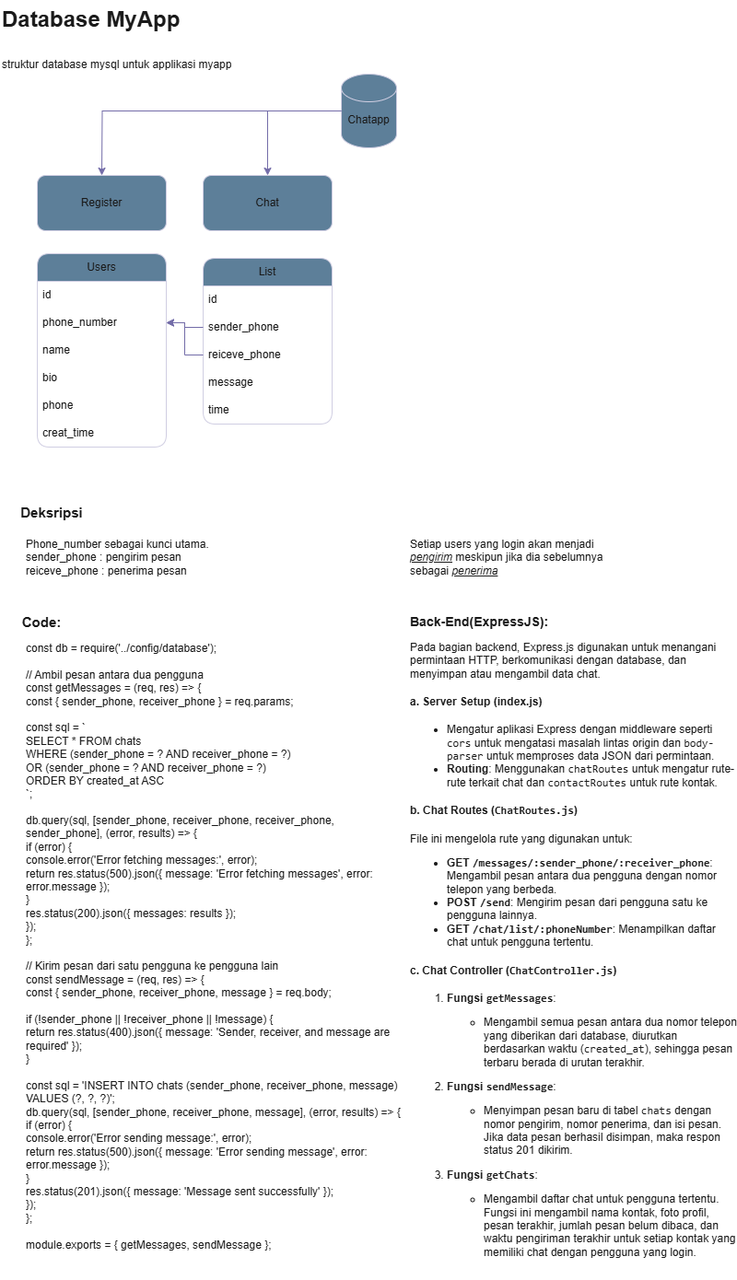
Earlier version of the draw.io export Database Struktur MyApp.drawio.png (NaufalAdityaAkbar/Database-ExpressJS_MyApp). Source tidied: cells renumbered, new cells last; positions are measured from the earlier drawing's top-left corner, leaving out a move shared by most shapes.
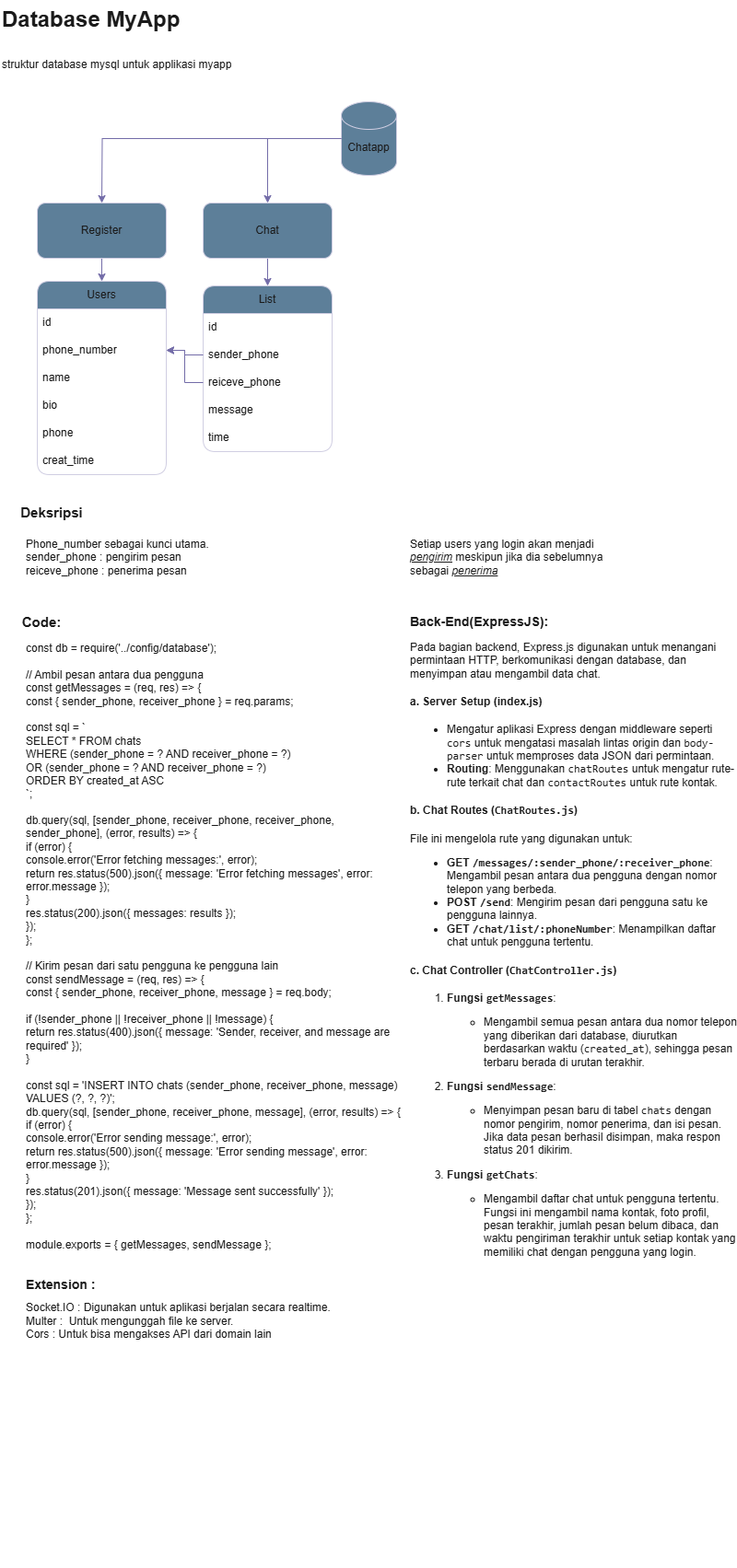
The same diagram one commit later.

What changed in the source:
```diff
@@ -5,11 +5,14 @@
     <mxCell id="2" value="&lt;h1 style=&quot;margin-top: 0px;&quot;&gt;&lt;span style=&quot;background-color: initial;&quot;&gt;Database MyApp&lt;/span&gt;&lt;/h1&gt;&lt;h1 style=&quot;margin-top: 0px;&quot;&gt;&lt;span style=&quot;font-size: 12px; font-weight: 400; background-color: initial;&quot;&gt;struktur database mysql untuk applikasi myapp&lt;/span&gt;&lt;/h1&gt;" style="text;html=1;whiteSpace=wrap;overflow=hidden;rounded=0;labelBackgroundColor=none;fontColor=#1A1A1A;" parent="1" vertex="1">
       <mxGeometry width="260" height="80" as="geometry" />
     </mxCell>
+    <mxCell id="33" style="edgeStyle=orthogonalEdgeStyle;rounded=0;jettySize=auto;html=1;labelBackgroundColor=none;strokeColor=#736CA8;fontColor=default;" parent="1" edge="1" source="3" target="18">
+      <mxGeometry relative="1" as="geometry" />
+    </mxCell>
     <mxCell id="3" style="rounded=1;whiteSpace=wrap;html=1;labelBackgroundColor=none;fillColor=#5D7F99;strokeColor=#D0CEE2;fontColor=#1A1A1A;" parent="1" vertex="1">
-      <mxGeometry x="40" y="190" width="140" height="60" as="geometry" />
+      <mxGeometry x="40" y="220" width="140" height="60" as="geometry" />
     </mxCell>
     <mxCell id="4" style="group;labelBackgroundColor=none;fontColor=#1A1A1A;" parent="1" vertex="1">
-      <mxGeometry x="370" y="80" width="60" height="80" as="geometry" />
+      <mxGeometry x="370" y="110" width="60" height="80" as="geometry" />
     </mxCell>
     <mxCell id="5" style="shape=cylinder3;whiteSpace=wrap;html=1;boundedLbl=1;backgroundOutline=1;size=15;labelBackgroundColor=none;fillColor=#5D7F99;strokeColor=#D0CEE2;fontColor=#1A1A1A;" parent="4" vertex="1">
       <mxGeometry width="60" height="80" as="geometry" />
@@ -17,22 +20,25 @@
     <mxCell id="6" value="Chatapp" style="text;html=1;align=center;verticalAlign=middle;whiteSpace=wrap;rounded=0;labelBackgroundColor=none;fontColor=#1A1A1A;" parent="4" vertex="1">
       <mxGeometry y="35" width="60" height="30" as="geometry" />
     </mxCell>
+    <mxCell id="34" style="edgeStyle=orthogonalEdgeStyle;rounded=0;jettySize=auto;html=1;entryX=0.5;entryY=0;entryDx=0;entryDy=0;labelBackgroundColor=none;strokeColor=#736CA8;fontColor=default;" parent="1" edge="1" source="7" target="11">
+      <mxGeometry relative="1" as="geometry" />
+    </mxCell>
     <mxCell id="7" style="rounded=1;whiteSpace=wrap;html=1;labelBackgroundColor=none;fillColor=#5D7F99;strokeColor=#D0CEE2;fontColor=#1A1A1A;" parent="1" vertex="1">
-      <mxGeometry x="220" y="190" width="140" height="60" as="geometry" />
+      <mxGeometry x="220" y="220" width="140" height="60" as="geometry" />
     </mxCell>
     <mxCell id="8" style="edgeStyle=orthogonalEdgeStyle;rounded=0;jettySize=auto;html=1;entryX=0.417;entryY=0.167;entryDx=0;entryDy=0;entryPerimeter=0;exitX=0;exitY=0.5;exitDx=0;exitDy=0;exitPerimeter=0;labelBackgroundColor=none;fontColor=default;strokeColor=#736CA8;" parent="1" edge="1" source="5">
       <mxGeometry relative="1" as="geometry">
-        <mxPoint x="110" y="190" as="targetPoint" />
+        <mxPoint x="110" y="220" as="targetPoint" />
       </mxGeometry>
     </mxCell>
     <mxCell id="9" value="Register" style="text;html=1;align=center;verticalAlign=middle;whiteSpace=wrap;rounded=0;labelBackgroundColor=none;fontColor=#1A1A1A;" parent="1" vertex="1">
-      <mxGeometry x="80" y="205" width="60" height="30" as="geometry" />
+      <mxGeometry x="80" y="235" width="60" height="30" as="geometry" />
     </mxCell>
     <mxCell id="10" value="Chat" style="text;html=1;align=center;verticalAlign=middle;whiteSpace=wrap;rounded=0;labelBackgroundColor=none;fontColor=#1A1A1A;" parent="1" vertex="1">
-      <mxGeometry x="260" y="205" width="60" height="30" as="geometry" />
+      <mxGeometry x="260" y="235" width="60" height="30" as="geometry" />
     </mxCell>
     <mxCell id="11" value="List" style="swimlane;fontStyle=0;horizontal=1;startSize=30;whiteSpace=wrap;html=1;rounded=1;labelBackgroundColor=none;fillColor=#5D7F99;strokeColor=#D0CEE2;fontColor=#1A1A1A;" parent="1" vertex="1">
-      <mxGeometry x="220" y="280" width="140" height="180" as="geometry" />
+      <mxGeometry x="220" y="310" width="140" height="180" as="geometry" />
     </mxCell>
     <mxCell id="12" value="id" style="text;strokeColor=none;fillColor=none;align=left;verticalAlign=middle;spacingLeft=4;spacingRight=4;overflow=hidden;whiteSpace=wrap;html=1;labelBackgroundColor=none;fontColor=#1A1A1A;" parent="11" vertex="1">
       <mxGeometry y="30" width="140" height="30" as="geometry" />
@@ -59,7 +65,7 @@
       <mxGeometry y="150" width="140" height="30" as="geometry" />
     </mxCell>
     <mxCell id="18" value="Users" style="swimlane;fontStyle=0;horizontal=1;startSize=30;whiteSpace=wrap;html=1;points=[[0,0,0,0,0],[0,0.25,0,0,0],[0,0.5,0,0,0],[0,0.75,0,0,0],[0,1,0,0,0],[0.25,0,0,0,0],[0.25,1,0,0,0],[0.5,0,0,0,0],[0.5,1,0,0,0],[0.75,0,0,0,0],[0.75,1,0,0,0],[1,0,0,0,0],[1,0.25,0,0,0],[1,0.5,0,0,0],[1,0.75,0,0,0],[1,1,0,0,0]];rounded=1;labelBackgroundColor=none;fillColor=#5D7F99;strokeColor=#D0CEE2;fontColor=#1A1A1A;" parent="1" vertex="1">
-      <mxGeometry x="40" y="275" width="140" height="210" as="geometry" />
+      <mxGeometry x="40" y="305" width="140" height="210" as="geometry" />
     </mxCell>
     <mxCell id="19" value="id" style="text;strokeColor=none;fillColor=none;align=left;verticalAlign=middle;spacingLeft=4;spacingRight=4;overflow=hidden;whiteSpace=wrap;html=1;labelBackgroundColor=none;fontColor=#1A1A1A;" parent="18" vertex="1">
       <mxGeometry y="30" width="140" height="30" as="geometry" />
@@ -82,7 +88,7 @@
     <mxCell id="25" style="edgeStyle=orthogonalEdgeStyle;rounded=0;jettySize=auto;html=1;entryX=0.5;entryY=0;entryDx=0;entryDy=0;labelBackgroundColor=none;fontColor=default;strokeColor=#736CA8;" parent="1" edge="1" source="6" target="7">
       <mxGeometry relative="1" as="geometry">
         <Array as="points">
-          <mxPoint x="290" y="120" />
+          <mxPoint x="290" y="150" />
         </Array>
       </mxGeometry>
     </mxCell>
@@ -107,5 +113,8 @@
     <mxCell id="32" value="&lt;h1 style=&quot;margin-top: 0px; font-size: 14px;&quot;&gt;Back-End(ExpressJS):&lt;/h1&gt;&lt;p&gt;Pada bagian backend, Express.js digunakan untuk menangani permintaan HTTP, berkomunikasi dengan database, dan menyimpan atau mengambil data chat.&lt;/p&gt;&lt;h4&gt;a. &lt;strong&gt;Server Setup (index.js)&lt;/strong&gt;&lt;/h4&gt;&lt;ul&gt;&lt;li&gt;Mengatur aplikasi Express dengan middleware seperti &lt;code&gt;cors&lt;/code&gt; untuk mengatasi masalah lintas origin dan &lt;code&gt;body-parser&lt;/code&gt; untuk memproses data JSON dari permintaan.&lt;/li&gt;&lt;li&gt;&lt;strong&gt;Routing&lt;/strong&gt;: Menggunakan &lt;code&gt;chatRoutes&lt;/code&gt; untuk mengatur rute-rute terkait chat dan &lt;code&gt;contactRoutes&lt;/code&gt; untuk rute kontak.&lt;/li&gt;&lt;/ul&gt;&lt;h4&gt;b. &lt;strong&gt;Chat Routes (&lt;code&gt;ChatRoutes.js&lt;/code&gt;)&lt;/strong&gt;&lt;/h4&gt;&lt;p&gt;File ini mengelola rute yang digunakan untuk:&lt;/p&gt;&lt;ul&gt;&lt;li&gt;&lt;strong&gt;GET &lt;code&gt;/messages/:sender_phone/:receiver_phone&lt;/code&gt;&lt;/strong&gt;: Mengambil pesan antara dua pengguna dengan nomor telepon yang berbeda.&lt;/li&gt;&lt;li&gt;&lt;strong&gt;POST &lt;code&gt;/send&lt;/code&gt;&lt;/strong&gt;: Mengirim pesan dari pengguna satu ke pengguna lainnya.&lt;/li&gt;&lt;li&gt;&lt;strong&gt;GET &lt;code&gt;/chat/list/:phoneNumber&lt;/code&gt;&lt;/strong&gt;: Menampilkan daftar chat untuk pengguna tertentu.&lt;/li&gt;&lt;/ul&gt;&lt;h4&gt;c. &lt;strong&gt;Chat Controller (&lt;code&gt;ChatController.js&lt;/code&gt;)&lt;/strong&gt;&lt;/h4&gt;&lt;ol&gt;&lt;li&gt;&lt;p&gt;&lt;strong&gt;Fungsi &lt;code&gt;getMessages&lt;/code&gt;&lt;/strong&gt;:&lt;/p&gt;&lt;ul&gt;&lt;li&gt;Mengambil semua pesan antara dua nomor telepon yang diberikan dari database, diurutkan berdasarkan waktu (&lt;code&gt;created_at&lt;/code&gt;), sehingga pesan terbaru berada di urutan terakhir.&lt;/li&gt;&lt;/ul&gt;&lt;/li&gt;&lt;li&gt;&lt;p&gt;&lt;strong&gt;Fungsi &lt;code&gt;sendMessage&lt;/code&gt;&lt;/strong&gt;:&lt;/p&gt;&lt;ul&gt;&lt;li&gt;Menyimpan pesan baru di tabel &lt;code&gt;chats&lt;/code&gt; dengan nomor pengirim, nomor penerima, dan isi pesan. Jika data pesan berhasil disimpan, maka respon status 201 dikirim.&lt;/li&gt;&lt;/ul&gt;&lt;/li&gt;&lt;li&gt;&lt;p&gt;&lt;strong&gt;Fungsi &lt;code&gt;getChats&lt;/code&gt;&lt;/strong&gt;:&lt;/p&gt;&lt;ul&gt;&lt;li&gt;Mengambil daftar chat untuk pengguna tertentu. Fungsi ini mengambil nama kontak, foto profil, pesan terakhir, jumlah pesan belum dibaca, dan waktu pengiriman terakhir untuk setiap kontak yang memiliki chat dengan pengguna yang login.&lt;/li&gt;&lt;/ul&gt;&lt;/li&gt;&lt;/ol&gt;" style="text;html=1;whiteSpace=wrap;overflow=hidden;rounded=0;labelBackgroundColor=none;fontColor=#1A1A1A;" parent="1" vertex="1">
       <mxGeometry x="443" y="660" width="357" height="720" as="geometry" />
     </mxCell>
+    <mxCell id="35" value="&lt;h1 style=&quot;margin-top: 0px; font-size: 14px;&quot;&gt;Extension :&amp;nbsp;&lt;/h1&gt;&lt;div&gt;Socket.IO : Digunakan untuk aplikasi berjalan secara realtime.&lt;/div&gt;&lt;div&gt;Multer :&amp;nbsp; Untuk mengunggah file ke server.&lt;/div&gt;&lt;div&gt;Cors : Untuk bisa mengakses API dari domain lain&lt;/div&gt;&lt;div&gt;&lt;br&gt;&lt;/div&gt;" style="text;html=1;whiteSpace=wrap;overflow=hidden;rounded=0;labelBackgroundColor=none;fontColor=#1A1A1A;" parent="1" vertex="1">
+      <mxGeometry x="26" y="1380" width="357" height="320" as="geometry" />
+    </mxCell>
   </root>
 </mxGraphModel>
```
